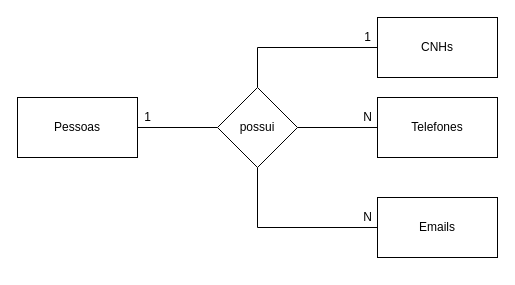
Pedro-B-Alves/senai_sprint1_bd keeps this draw.io diagram as page "conceitual" (1 of 2) of exercicios/1.1-exercicio-pessoas/1.1-exercicio-pessoas.drawio. Above is the earlier version. Source tidied: cells renumbered, new cells numbered last; positions are measured from the earlier drawing's top-left corner, leaving out a move shared by most shapes. Both pictures are drawn from the tidied source at 100%, with x=0, y=0 at pixel (17, 17).
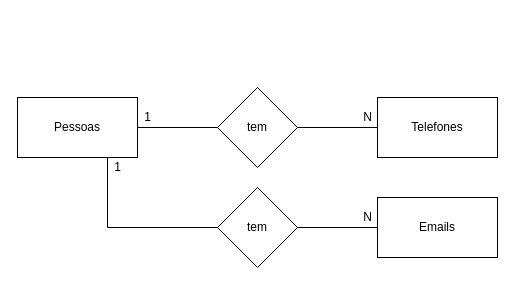
Above is the later version.

The edit, as a diff of the source:
```diff
@@
 <mxGraphModel>
   <root>
     <mxCell id="0" />
     <mxCell id="1" parent="0" />
     <mxCell id="2" style="edgeStyle=orthogonalEdgeStyle;rounded=0;jettySize=auto;html=1;exitX=1;exitY=0.5;exitDx=0;exitDy=0;entryX=0;entryY=0.5;entryDx=0;entryDy=0;endArrow=none;endFill=0;" parent="1" edge="1" source="3" target="8">
       <mxGeometry relative="1" as="geometry" />
     </mxCell>
+    <mxCell id="15" style="edgeStyle=orthogonalEdgeStyle;rounded=0;jettySize=auto;html=1;exitX=0.75;exitY=1;exitDx=0;exitDy=0;entryX=0;entryY=0.5;entryDx=0;entryDy=0;endArrow=none;endFill=0;" parent="1" edge="1" source="3" target="17">
+      <mxGeometry relative="1" as="geometry" />
+    </mxCell>
     <mxCell id="3" value="Pessoas" style="rounded=0;whiteSpace=wrap;html=1;" parent="1" vertex="1">
       <mxGeometry y="80" width="120" height="60" as="geometry" />
     </mxCell>
     <mxCell id="4" value="Telefones" style="rounded=0;whiteSpace=wrap;html=1;" parent="1" vertex="1">
       <mxGeometry x="360" y="80" width="120" height="60" as="geometry" />
     </mxCell>
     <mxCell id="5" style="edgeStyle=orthogonalEdgeStyle;rounded=0;jettySize=auto;html=1;exitX=1;exitY=0.5;exitDx=0;exitDy=0;entryX=0;entryY=0.5;entryDx=0;entryDy=0;endArrow=none;endFill=0;" parent="1" edge="1" source="8" target="4">
       <mxGeometry relative="1" as="geometry" />
     </mxCell>
-    <mxCell id="6" style="edgeStyle=orthogonalEdgeStyle;rounded=0;jettySize=auto;html=1;exitX=0.5;exitY=1;exitDx=0;exitDy=0;entryX=0;entryY=0.5;entryDx=0;entryDy=0;endArrow=none;endFill=0;" parent="1" edge="1" source="8" target="11">
-      <mxGeometry relative="1" as="geometry" />
-    </mxCell>
-    <mxCell id="7" style="edgeStyle=orthogonalEdgeStyle;rounded=0;jettySize=auto;html=1;exitX=0.5;exitY=0;exitDx=0;exitDy=0;entryX=0;entryY=0.5;entryDx=0;entryDy=0;endArrow=none;endFill=0;" parent="1" edge="1" source="8" target="13">
-      <mxGeometry relative="1" as="geometry" />
-    </mxCell>
-    <mxCell id="8" value="possui" style="rhombus;whiteSpace=wrap;html=1;" parent="1" vertex="1">
+    <mxCell id="8" value="tem" style="rhombus;whiteSpace=wrap;html=1;" parent="1" vertex="1">
       <mxGeometry x="200" y="70" width="80" height="80" as="geometry" />
     </mxCell>
     <mxCell id="9" value="1" style="text;html=1;align=center;verticalAlign=middle;" parent="1" vertex="1">
       <mxGeometry x="120" y="90" width="20" height="20" as="geometry" />
     </mxCell>
     <mxCell id="10" value="N" style="text;html=1;align=center;verticalAlign=middle;" parent="1" vertex="1">
       <mxGeometry x="340" y="90" width="20" height="20" as="geometry" />
     </mxCell>
     <mxCell id="11" value="Emails" style="rounded=0;whiteSpace=wrap;html=1;" parent="1" vertex="1">
       <mxGeometry x="360" y="180" width="120" height="60" as="geometry" />
     </mxCell>
     <mxCell id="12" value="N" style="text;html=1;align=center;verticalAlign=middle;" parent="1" vertex="1">
       <mxGeometry x="340" y="190" width="20" height="20" as="geometry" />
     </mxCell>
-    <mxCell id="13" value="CNHs" style="rounded=0;whiteSpace=wrap;html=1;" parent="1" vertex="1">
-      <mxGeometry x="360" width="120" height="60" as="geometry" />
-    </mxCell>
+    <mxCell id="16" style="edgeStyle=orthogonalEdgeStyle;rounded=0;jettySize=auto;html=1;exitX=1;exitY=0.5;exitDx=0;exitDy=0;entryX=0;entryY=0.5;entryDx=0;entryDy=0;endArrow=none;endFill=0;" parent="1" edge="1" source="17" target="11">
+      <mxGeometry relative="1" as="geometry" />
+    </mxCell>
+    <mxCell id="17" value="tem" style="rhombus;whiteSpace=wrap;html=1;" parent="1" vertex="1">
+      <mxGeometry x="200" y="170" width="80" height="80" as="geometry" />
+    </mxCell>
     <mxCell id="14" value="1" style="text;html=1;align=center;verticalAlign=middle;" parent="1" vertex="1">
-      <mxGeometry x="340" y="10" width="20" height="20" as="geometry" />
+      <mxGeometry x="90" y="140" width="20" height="20" as="geometry" />
     </mxCell>
   </root>
 </mxGraphModel>
```
